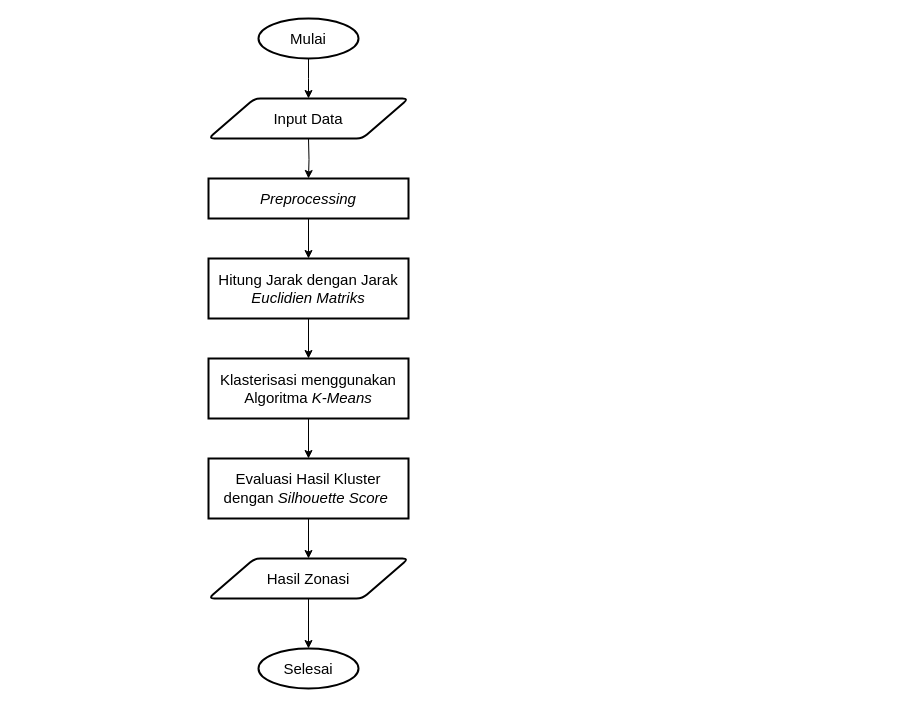
Before: page "Halaman-5" (5 of 6) of Diagram Tanpa Judul.drawio in NayaRPL/bebas, a draw.io diagram. Source tidied: cells renumbered, new cells numbered last; positions are measured from the earlier drawing's top-left corner, leaving out a move shared by most shapes. Both pictures are drawn from the tidied source at 100%, with x=0, y=0 at pixel (208, 18).
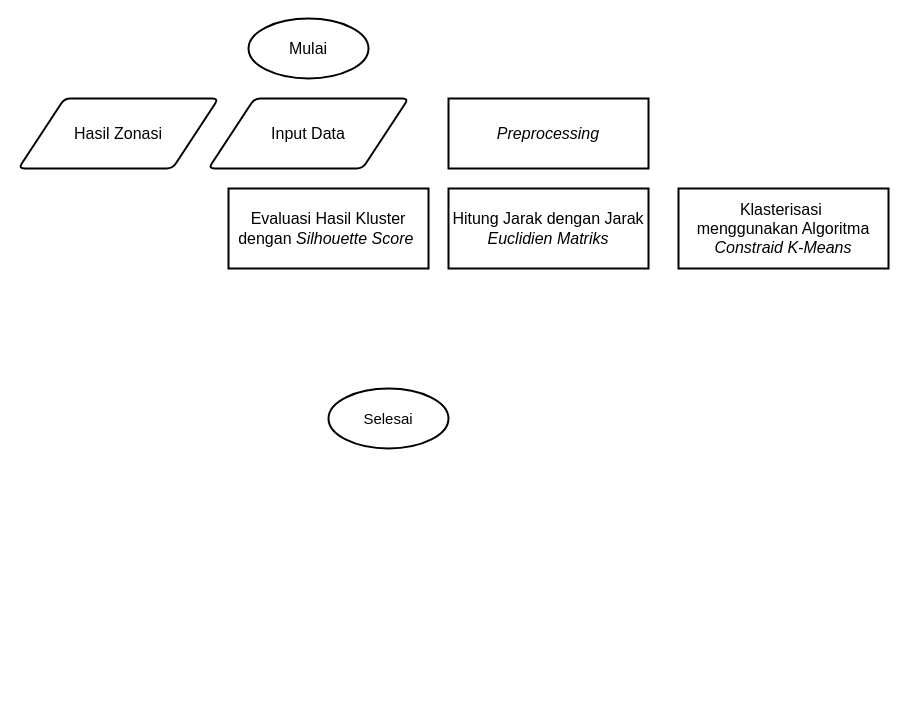
The same diagram, later.

Change to the diagram source:
```diff
@@
 <mxGraphModel>
   <root>
     <mxCell id="0" />
     <mxCell id="1" parent="0" />
-    <mxCell id="2" style="edgeStyle=orthogonalEdgeStyle;rounded=0;jettySize=auto;html=1;exitX=0.5;exitY=1;exitDx=0;exitDy=0;exitPerimeter=0;entryX=0.5;entryY=0;entryDx=0;entryDy=0;" parent="1" edge="1" source="3">
-      <mxGeometry relative="1" as="geometry">
-        <mxPoint x="100" y="80" as="targetPoint" />
-      </mxGeometry>
-    </mxCell>
-    <mxCell id="3" value="&lt;font style=&quot;font-size: 15px;&quot;&gt;Mulai&lt;/font&gt;" style="strokeWidth=2;html=1;shape=mxgraph.flowchart.start_1;whiteSpace=wrap;" parent="1" vertex="1">
-      <mxGeometry x="50" width="100" height="40" as="geometry" />
+    <mxCell id="3" value="&lt;font style=&quot;font-size: 16px;&quot;&gt;Mulai&lt;/font&gt;" style="strokeWidth=2;html=1;shape=mxgraph.flowchart.start_1;whiteSpace=wrap;" parent="1" vertex="1">
+      <mxGeometry x="40" width="120" height="60" as="geometry" />
     </mxCell>
-    <mxCell id="4" style="edgeStyle=orthogonalEdgeStyle;rounded=0;jettySize=auto;html=1;exitX=0.5;exitY=1;exitDx=0;exitDy=0;entryX=0.5;entryY=0;entryDx=0;entryDy=0;" parent="1" edge="1" target="6">
-      <mxGeometry relative="1" as="geometry">
-        <mxPoint x="100" y="120" as="sourcePoint" />
-      </mxGeometry>
-    </mxCell>
-    <mxCell id="5" style="edgeStyle=orthogonalEdgeStyle;rounded=0;jettySize=auto;html=1;exitX=0.5;exitY=1;exitDx=0;exitDy=0;entryX=0.5;entryY=0;entryDx=0;entryDy=0;" parent="1" edge="1" source="6" target="8">
-      <mxGeometry relative="1" as="geometry" />
-    </mxCell>
-    <mxCell id="6" value="&lt;font style=&quot;font-size: 15px;&quot;&gt;&lt;i&gt;Preprocessing&lt;/i&gt;&lt;/font&gt;" style="rounded=0;whiteSpace=wrap;html=1;absoluteArcSize=1;arcSize=14;strokeWidth=2;" parent="1" vertex="1">
-      <mxGeometry y="160" width="200" height="40" as="geometry" />
+    <mxCell id="6" value="&lt;font style=&quot;font-size: 16px;&quot;&gt;&lt;i style=&quot;&quot;&gt;Preprocessing&lt;/i&gt;&lt;/font&gt;" style="rounded=0;whiteSpace=wrap;html=1;absoluteArcSize=1;arcSize=14;strokeWidth=2;" parent="1" vertex="1">
+      <mxGeometry x="240" y="80" width="200" height="70" as="geometry" />
     </mxCell>
-    <mxCell id="7" style="edgeStyle=orthogonalEdgeStyle;rounded=0;jettySize=auto;html=1;exitX=0.5;exitY=1;exitDx=0;exitDy=0;entryX=0.5;entryY=0;entryDx=0;entryDy=0;" parent="1" edge="1" source="8" target="10">
-      <mxGeometry relative="1" as="geometry" />
-    </mxCell>
-    <mxCell id="8" value="&lt;font style=&quot;font-size: 15px;&quot;&gt;Hitung Jarak dengan Jarak &lt;i&gt;Euclidien Matriks&lt;/i&gt;&lt;/font&gt;" style="rounded=0;whiteSpace=wrap;html=1;absoluteArcSize=1;arcSize=14;strokeWidth=2;" parent="1" vertex="1">
-      <mxGeometry y="240" width="200" height="60" as="geometry" />
+    <mxCell id="8" value="&lt;font style=&quot;font-size: 16px;&quot;&gt;Hitung Jarak dengan Jarak &lt;i style=&quot;&quot;&gt;Euclidien Matriks&lt;/i&gt;&lt;/font&gt;" style="rounded=0;whiteSpace=wrap;html=1;absoluteArcSize=1;arcSize=14;strokeWidth=2;" parent="1" vertex="1">
+      <mxGeometry x="240" y="170" width="200" height="80" as="geometry" />
     </mxCell>
-    <mxCell id="9" style="edgeStyle=orthogonalEdgeStyle;rounded=0;jettySize=auto;html=1;exitX=0.5;exitY=1;exitDx=0;exitDy=0;entryX=0.5;entryY=0;entryDx=0;entryDy=0;" parent="1" edge="1" source="10" target="14">
-      <mxGeometry relative="1" as="geometry" />
-    </mxCell>
-    <mxCell id="10" value="&lt;font style=&quot;font-size: 15px;&quot;&gt;Klasterisasi menggunakan Algoritma &lt;i&gt;K-Means&lt;/i&gt;&lt;/font&gt;" style="rounded=0;whiteSpace=wrap;html=1;absoluteArcSize=1;arcSize=14;strokeWidth=2;" parent="1" vertex="1">
-      <mxGeometry y="340" width="200" height="60" as="geometry" />
+    <mxCell id="10" value="&lt;font style=&quot;font-size: 16px;&quot;&gt;Klasterisasi&amp;nbsp;&lt;/font&gt;&lt;div&gt;&lt;font style=&quot;font-size: 16px;&quot;&gt;menggunakan Algoritma &lt;i style=&quot;&quot;&gt;Constraid&amp;nbsp;K-Means&lt;/i&gt;&lt;/font&gt;&lt;/div&gt;" style="rounded=0;whiteSpace=wrap;html=1;absoluteArcSize=1;arcSize=14;strokeWidth=2;" parent="1" vertex="1">
+      <mxGeometry x="470" y="170" width="210" height="80" as="geometry" />
     </mxCell>
     <mxCell id="11" value="&lt;font style=&quot;font-size: 15px;&quot;&gt;Selesai&lt;/font&gt;" style="strokeWidth=2;html=1;shape=mxgraph.flowchart.start_1;whiteSpace=wrap;" parent="1" vertex="1">
-      <mxGeometry x="50" y="630" width="100" height="40" as="geometry" />
+      <mxGeometry x="120" y="370" width="120" height="60" as="geometry" />
     </mxCell>
-    <mxCell id="12" value="&lt;font style=&quot;font-size: 15px;&quot;&gt;Input Data&lt;/font&gt;" style="shape=parallelogram;html=1;strokeWidth=2;perimeter=parallelogramPerimeter;whiteSpace=wrap;rounded=1;arcSize=12;size=0.23;" parent="1" vertex="1">
-      <mxGeometry y="80" width="200" height="40" as="geometry" />
+    <mxCell id="12" value="&lt;font style=&quot;font-size: 16px;&quot;&gt;Input Data&lt;/font&gt;" style="shape=parallelogram;html=1;strokeWidth=2;perimeter=parallelogramPerimeter;whiteSpace=wrap;rounded=1;arcSize=12;size=0.23;" parent="1" vertex="1">
+      <mxGeometry y="80" width="200" height="70" as="geometry" />
     </mxCell>
-    <mxCell id="13" style="edgeStyle=orthogonalEdgeStyle;rounded=0;jettySize=auto;html=1;exitX=0.5;exitY=1;exitDx=0;exitDy=0;entryX=0.5;entryY=0;entryDx=0;entryDy=0;" parent="1" edge="1" source="14" target="15">
-      <mxGeometry relative="1" as="geometry" />
-    </mxCell>
-    <mxCell id="14" value="&lt;span style=&quot;font-size: 15px;&quot;&gt;Evaluasi Hasil Kluster dengan&amp;nbsp;&lt;/span&gt;&lt;font style=&quot;&quot;&gt;&lt;font style=&quot;font-size: 15px;&quot;&gt;&lt;i&gt;Silhouette Score&lt;/i&gt;&lt;/font&gt;&lt;span style=&quot;font-size: 16px;&quot;&gt;&amp;nbsp;&lt;/span&gt;&lt;/font&gt;" style="rounded=0;whiteSpace=wrap;html=1;absoluteArcSize=1;arcSize=14;strokeWidth=2;" parent="1" vertex="1">
-      <mxGeometry y="440" width="200" height="60" as="geometry" />
+    <mxCell id="14" value="&lt;font style=&quot;font-size: 16px;&quot;&gt;Evaluasi Hasil Kluster dengan&amp;nbsp;&lt;font style=&quot;&quot;&gt;&lt;font style=&quot;&quot;&gt;&lt;i&gt;Silhouette Score&lt;/i&gt;&lt;/font&gt;&amp;nbsp;&lt;/font&gt;&lt;/font&gt;" style="rounded=0;whiteSpace=wrap;html=1;absoluteArcSize=1;arcSize=14;strokeWidth=2;" parent="1" vertex="1">
+      <mxGeometry x="20" y="170" width="200" height="80" as="geometry" />
     </mxCell>
-    <mxCell id="15" value="&lt;font style=&quot;font-size: 15px;&quot;&gt;Hasil Zonasi&lt;/font&gt;" style="shape=parallelogram;html=1;strokeWidth=2;perimeter=parallelogramPerimeter;whiteSpace=wrap;rounded=1;arcSize=12;size=0.23;" parent="1" vertex="1">
-      <mxGeometry y="540" width="200" height="40" as="geometry" />
+    <mxCell id="15" value="&lt;font style=&quot;font-size: 16px;&quot;&gt;Hasil Zonasi&lt;/font&gt;" style="shape=parallelogram;html=1;strokeWidth=2;perimeter=parallelogramPerimeter;whiteSpace=wrap;rounded=1;arcSize=12;size=0.23;" parent="1" vertex="1">
+      <mxGeometry x="-190" y="80" width="200" height="70" as="geometry" />
     </mxCell>
-    <mxCell id="16" style="edgeStyle=orthogonalEdgeStyle;rounded=0;jettySize=auto;html=1;exitX=0.5;exitY=1;exitDx=0;exitDy=0;entryX=0.5;entryY=0;entryDx=0;entryDy=0;entryPerimeter=0;" parent="1" edge="1" source="15" target="11">
-      <mxGeometry relative="1" as="geometry" />
-    </mxCell>
   </root>
 </mxGraphModel>
```
